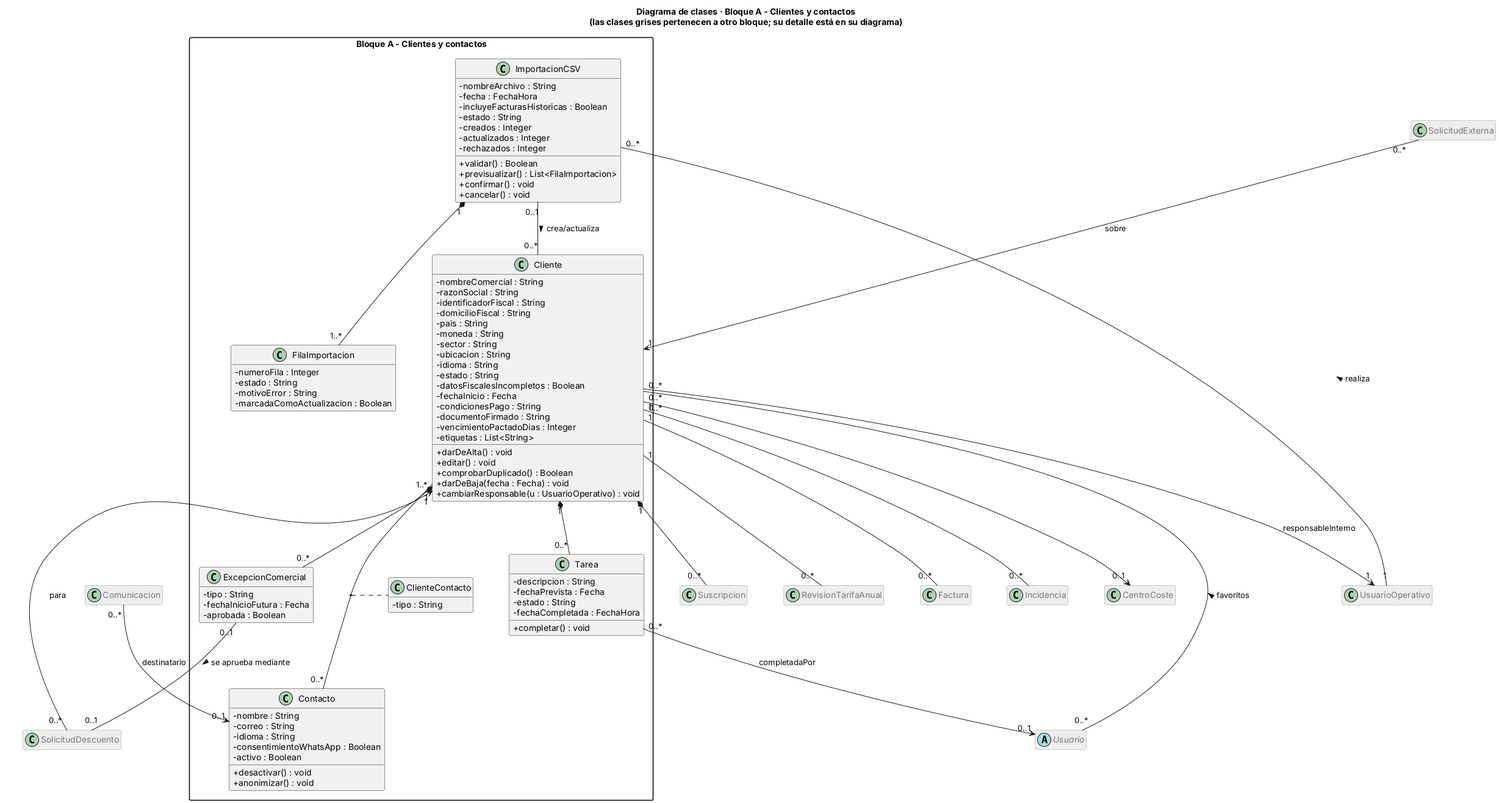
suqihao-star/JIRAFAS keeps this PlantUML diagram as BORRADORES/Borradores_Diagrama_De_Clases/PROPUESTA_PABLO_FERNANDEZ_CARABANTES/POSIBLE PUESTA EN COMUN/diagrama_clases_bloque_A.png. Above is the earlier version. The source it was exported from:
```plantuml
@startuml clases_bloque_A
skinparam classAttributeIconSize 0
skinparam packageStyle rectangle
skinparam nodesep 60
skinparam ranksep 70
hide empty members
title Diagrama de clases · Bloque A - Clientes y contactos\n(las clases grises pertenecen a otro bloque; su detalle está en su diagrama)
skinparam class {
  BackgroundColor<<otroBloque>> #EEEEEE
  BorderColor<<otroBloque>> #999999
  FontColor<<otroBloque>> #777777
}
hide <<otroBloque>> stereotype
hide <<otroBloque>> members

package "Bloque A - Clientes y contactos" {

  class Cliente {
    - nombreComercial : String
    - razonSocial : String
    - identificadorFiscal : String
    - domicilioFiscal : String
    - pais : String
    - moneda : String
    - sector : String
    - ubicacion : String
    - idioma : String
    - estado : String
    - datosFiscalesIncompletos : Boolean
    - fechaInicio : Fecha
    - condicionesPago : String
    - documentoFirmado : String
    - vencimientoPactadoDias : Integer
    - etiquetas : List<String>
    + darDeAlta() : void
    + editar() : void
    + comprobarDuplicado() : Boolean
    + darDeBaja(fecha : Fecha) : void
    + cambiarResponsable(u : UsuarioOperativo) : void
  }

  class Contacto {
    - nombre : String
    - correo : String
    - idioma : String
    - consentimientoWhatsApp : Boolean
    - activo : Boolean
    + desactivar() : void
    + anonimizar() : void
  }

  class ClienteContacto {
    - tipo : String
  }

  class Tarea {
    - descripcion : String
    - fechaPrevista : Fecha
    - estado : String
    - fechaCompletada : FechaHora
    + completar() : void
  }

  class ExcepcionComercial {
    - tipo : String
    - fechaInicioFutura : Fecha
    - aprobada : Boolean
  }

  class ImportacionCSV {
    - nombreArchivo : String
    - fecha : FechaHora
    - incluyeFacturasHistoricas : Boolean
    - estado : String
    - creados : Integer
    - actualizados : Integer
    - rechazados : Integer
    + validar() : Boolean
    + previsualizar() : List<FilaImportacion>
    + confirmar() : void
    + cancelar() : void
  }

  class FilaImportacion {
    - numeroFila : Integer
    - estado : String
    - motivoError : String
    - marcadaComoActualizacion : Boolean
  }
}

class SolicitudExterna <<otroBloque>>
class UsuarioOperativo <<otroBloque>>
abstract class Usuario <<otroBloque>>
class Suscripcion <<otroBloque>>
class RevisionTarifaAnual <<otroBloque>>
class SolicitudDescuento <<otroBloque>>
class Factura <<otroBloque>>
class Comunicacion <<otroBloque>>
class Incidencia <<otroBloque>>
class CentroCoste <<otroBloque>>

SolicitudExterna "0..*" --> "1" Cliente : sobre
Cliente "0..*" --> "1" UsuarioOperativo : responsableInterno
Cliente "1..*" -- "0..*" Contacto
(Cliente, Contacto) .. ClienteContacto
Cliente "1" *-- "0..*" Tarea
Tarea "0..*" --> "0..1" Usuario : completadaPor
Usuario "0..*" -- "0..*" Cliente : favoritos >
Cliente "1" *-- "0..*" ExcepcionComercial
UsuarioOperativo "1" -- "0..*" ImportacionCSV : realiza >
ImportacionCSV "1" *-- "1..*" FilaImportacion
ImportacionCSV "0..1" -- "0..*" Cliente : crea/actualiza >
Cliente "1" *-- "0..*" Suscripcion
Cliente "1" -- "0..*" RevisionTarifaAnual
ExcepcionComercial "0..1" -- "0..1" SolicitudDescuento : se aprueba mediante >
SolicitudDescuento "0..*" --> "1" Cliente : para
Cliente "1" -- "0..*" Factura
Comunicacion "0..*" --> "0..1" Contacto : destinatario
Cliente "1" -- "0..*" Incidencia
Cliente "0..*" --> "0..1" CentroCoste
@enduml
```
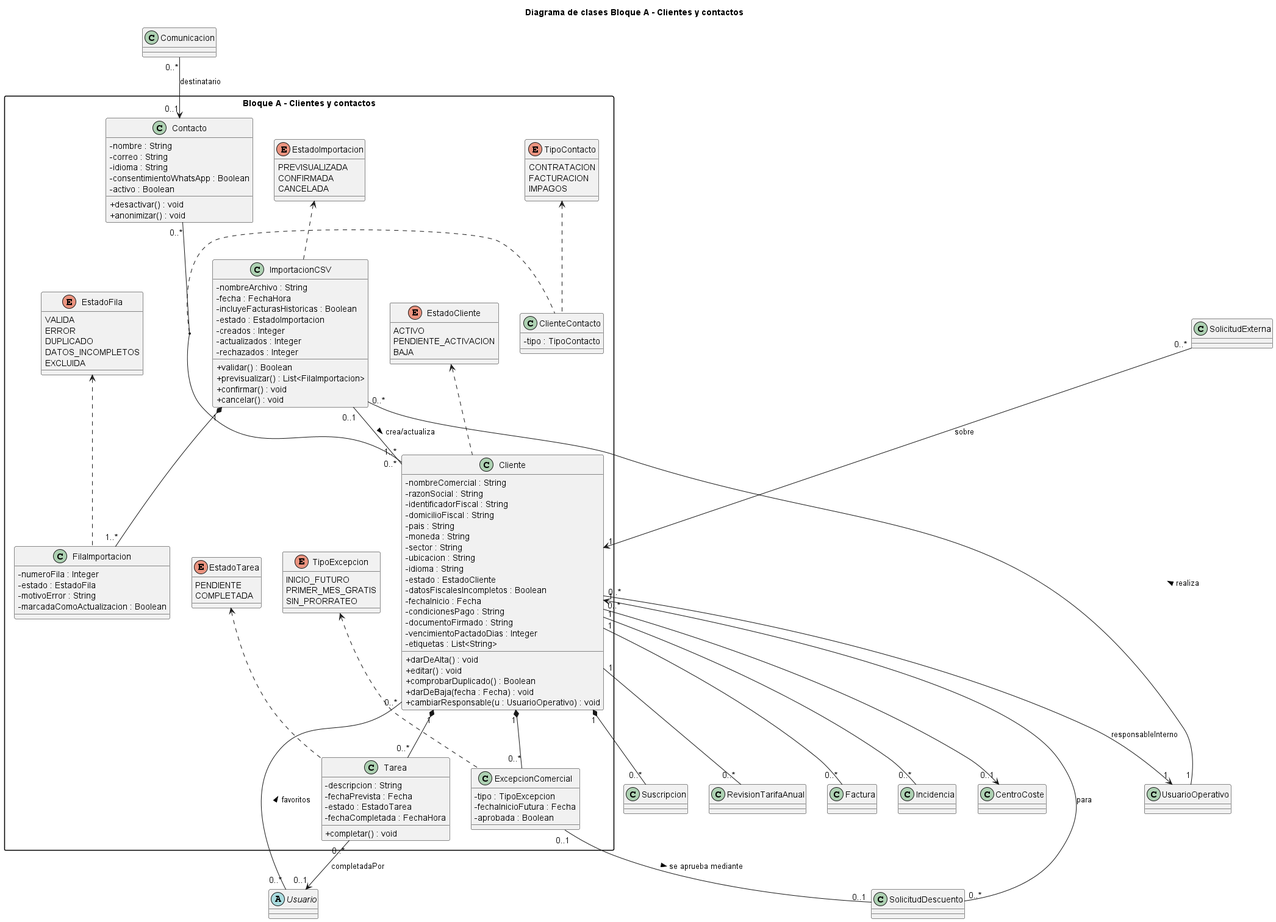
The same diagram one commit later.

Commit message:
Imagenes diagramas de clases por bloques con ENUM

Diff of the diagram source:
```diff
@@ -1,18 +1,7 @@
-@startuml clases_bloque_A
+@startuml diagrama_clases_bloque_A
+title Diagrama de clases Bloque A - Clientes y contactos
 skinparam classAttributeIconSize 0
 skinparam packageStyle rectangle
-skinparam nodesep 60
-skinparam ranksep 70
-hide empty members
-title Diagrama de clases · Bloque A - Clientes y contactos\n(las clases grises pertenecen a otro bloque; su detalle está en su diagrama)
-skinparam class {
-  BackgroundColor<<otroBloque>> #EEEEEE
-  BorderColor<<otroBloque>> #999999
-  FontColor<<otroBloque>> #777777
-}
-hide <<otroBloque>> stereotype
-hide <<otroBloque>> members
-
 package "Bloque A - Clientes y contactos" {
 
   class Cliente {
@@ -25,7 +14,7 @@
     - sector : String
     - ubicacion : String
     - idioma : String
-    - estado : String
+    - estado : EstadoCliente
     - datosFiscalesIncompletos : Boolean
     - fechaInicio : Fecha
     - condicionesPago : String
@@ -48,21 +37,20 @@
     + desactivar() : void
     + anonimizar() : void
   }
-
   class ClienteContacto {
-    - tipo : String
+    - tipo : TipoContacto
   }
 
   class Tarea {
     - descripcion : String
     - fechaPrevista : Fecha
-    - estado : String
+    - estado : EstadoTarea
     - fechaCompletada : FechaHora
     + completar() : void
   }
 
   class ExcepcionComercial {
-    - tipo : String
+    - tipo : TipoExcepcion
     - fechaInicioFutura : Fecha
     - aprobada : Boolean
   }
@@ -71,7 +59,7 @@
     - nombreArchivo : String
     - fecha : FechaHora
     - incluyeFacturasHistoricas : Boolean
-    - estado : String
+    - estado : EstadoImportacion
     - creados : Integer
     - actualizados : Integer
     - rechazados : Integer
@@ -83,26 +71,58 @@
 
   class FilaImportacion {
     - numeroFila : Integer
-    - estado : String
+    - estado : EstadoFila
     - motivoError : String
     - marcadaComoActualizacion : Boolean
   }
+
+  enum EstadoCliente {
+    ACTIVO
+    PENDIENTE_ACTIVACION
+    BAJA
+  }
+  enum TipoContacto {
+    CONTRATACION
+    FACTURACION
+    IMPAGOS
+  }
+  enum EstadoTarea {
+    PENDIENTE
+    COMPLETADA
+  }
+  enum TipoExcepcion {
+    INICIO_FUTURO
+    PRIMER_MES_GRATIS
+    SIN_PRORRATEO
+  }
+  enum EstadoImportacion {
+    PREVISUALIZADA
+    CONFIRMADA
+    CANCELADA
+  }
+  enum EstadoFila {
+    VALIDA
+    ERROR
+    DUPLICADO
+    DATOS_INCOMPLETOS
+    EXCLUIDA
+  }
 }
 
-class SolicitudExterna <<otroBloque>>
-class UsuarioOperativo <<otroBloque>>
-abstract class Usuario <<otroBloque>>
-class Suscripcion <<otroBloque>>
-class RevisionTarifaAnual <<otroBloque>>
-class SolicitudDescuento <<otroBloque>>
-class Factura <<otroBloque>>
-class Comunicacion <<otroBloque>>
-class Incidencia <<otroBloque>>
-class CentroCoste <<otroBloque>>
+class SolicitudExterna
+class UsuarioOperativo
+abstract class Usuario
+class Suscripcion
+class RevisionTarifaAnual
+class SolicitudDescuento
+class Factura
+class Comunicacion
+class Incidencia
+class CentroCoste
 
 SolicitudExterna "0..*" --> "1" Cliente : sobre
 Cliente "0..*" --> "1" UsuarioOperativo : responsableInterno
-Cliente "1..*" -- "0..*" Contacto
+Contacto "0..*" -- "1..*" Cliente
 (Cliente, Contacto) .. ClienteContacto
 Cliente "1" *-- "0..*" Tarea
 Tarea "0..*" --> "0..1" Usuario : completadaPor
@@ -119,4 +139,10 @@
 Comunicacion "0..*" --> "0..1" Contacto : destinatario
 Cliente "1" -- "0..*" Incidencia
 Cliente "0..*" --> "0..1" CentroCoste
+EstadoCliente <.. Cliente
+TipoContacto <.. ClienteContacto
+EstadoTarea <.. Tarea
+TipoExcepcion <.. ExcepcionComercial
+EstadoImportacion <.. ImportacionCSV
+EstadoFila <.. FilaImportacion
 @enduml
```
